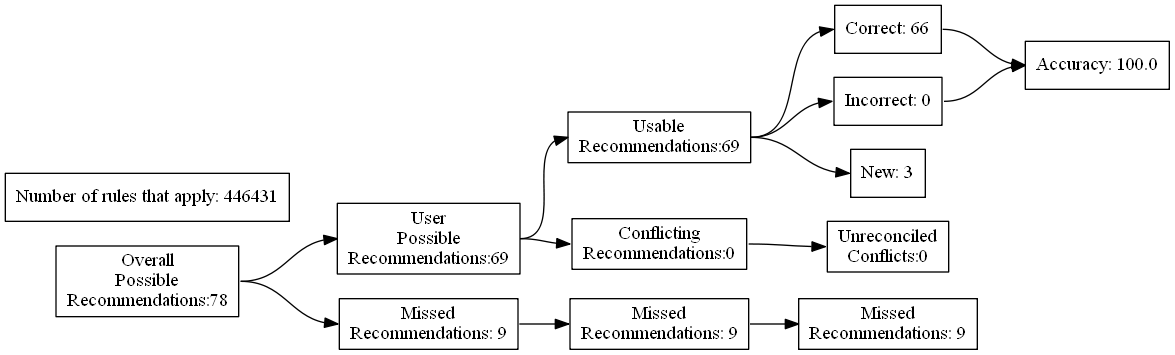
ZaxR/ibd_diet_analysis keeps this Graphviz diagram as test_renders/99.gv.png. Above is the earlier version. Its source is kept beside it as test_renders/99.gv.
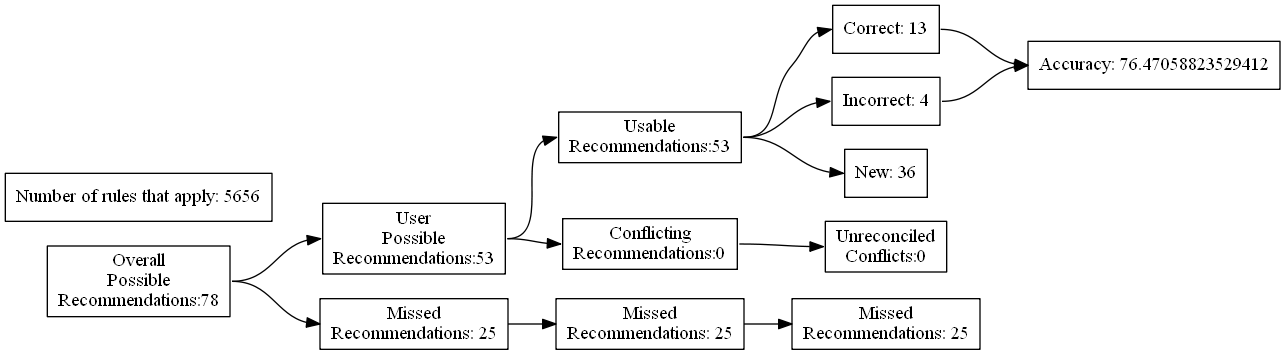
Above is the later version.

Change to the diagram source:
```diff
@@ -7,24 +7,24 @@
 Recommendations:78"]
 		B [label="User
 Possible
-Recommendations:69"]
+Recommendations:53"]
 		C [label="Missed
-Recommendations: 9"]
+Recommendations: 25"]
 		D [label="Usable
-Recommendations:69"]
+Recommendations:53"]
 		E [label="Conflicting
 Recommendations:0"]
 		J [label="Missed
-Recommendations: 9"]
+Recommendations: 25"]
 		M [label="Unreconciled
 Conflicts:0"]
-		F [label="Correct: 66"]
-		G [label="Incorrect: 0"]
-		H [label="New: 3"]
+		F [label="Correct: 13"]
+		G [label="Incorrect: 4"]
+		H [label="New: 36"]
 		K [label="Missed
-Recommendations: 9"]
-		I [label="Accuracy: 100.0"]
-		l [label="Number of rules that apply: 446431"]
+Recommendations: 25"]
+		I [label="Accuracy: 76.47058823529412"]
+		l [label="Number of rules that apply: 5656"]
 			A -> B
 			A -> C
 			B -> D
```
